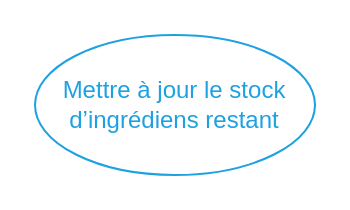
Before: img/figure_implicit-actions-update-stock.dio in centvingt/OCPizzaRedaction, a draw.io diagram. Source tidied: cells renumbered, new cells numbered last; positions are measured from the earlier drawing's top-left corner, leaving out a move shared by most shapes. Both pictures are drawn from the tidied source at 200%, with x=0, y=0 at pixel (34, 34).
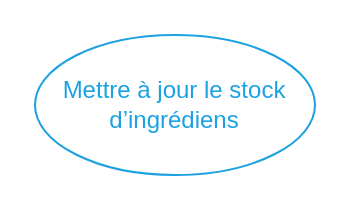
After the change.

Change to the diagram source:
```diff
@@
 <mxGraphModel>
   <root>
     <mxCell id="0" />
     <mxCell id="1" parent="0" />
-    <mxCell id="2" value="&lt;font color=&quot;#1da1e1&quot;&gt;Mettre à jour le stock d’ingrédiens restant&lt;/font&gt;" style="ellipse;whiteSpace=wrap;html=1;fillColor=none;strokeColor=#1DA1E1;" parent="1" vertex="1">
+    <mxCell id="2" value="&lt;font color=&quot;#1da1e1&quot;&gt;Mettre à jour le stock d’ingrédiens&lt;/font&gt;" style="ellipse;whiteSpace=wrap;html=1;fillColor=none;strokeColor=#1DA1E1;" parent="1" vertex="1">
       <mxGeometry width="140" height="70" as="geometry" />
     </mxCell>
   </root>
 </mxGraphModel>
```
